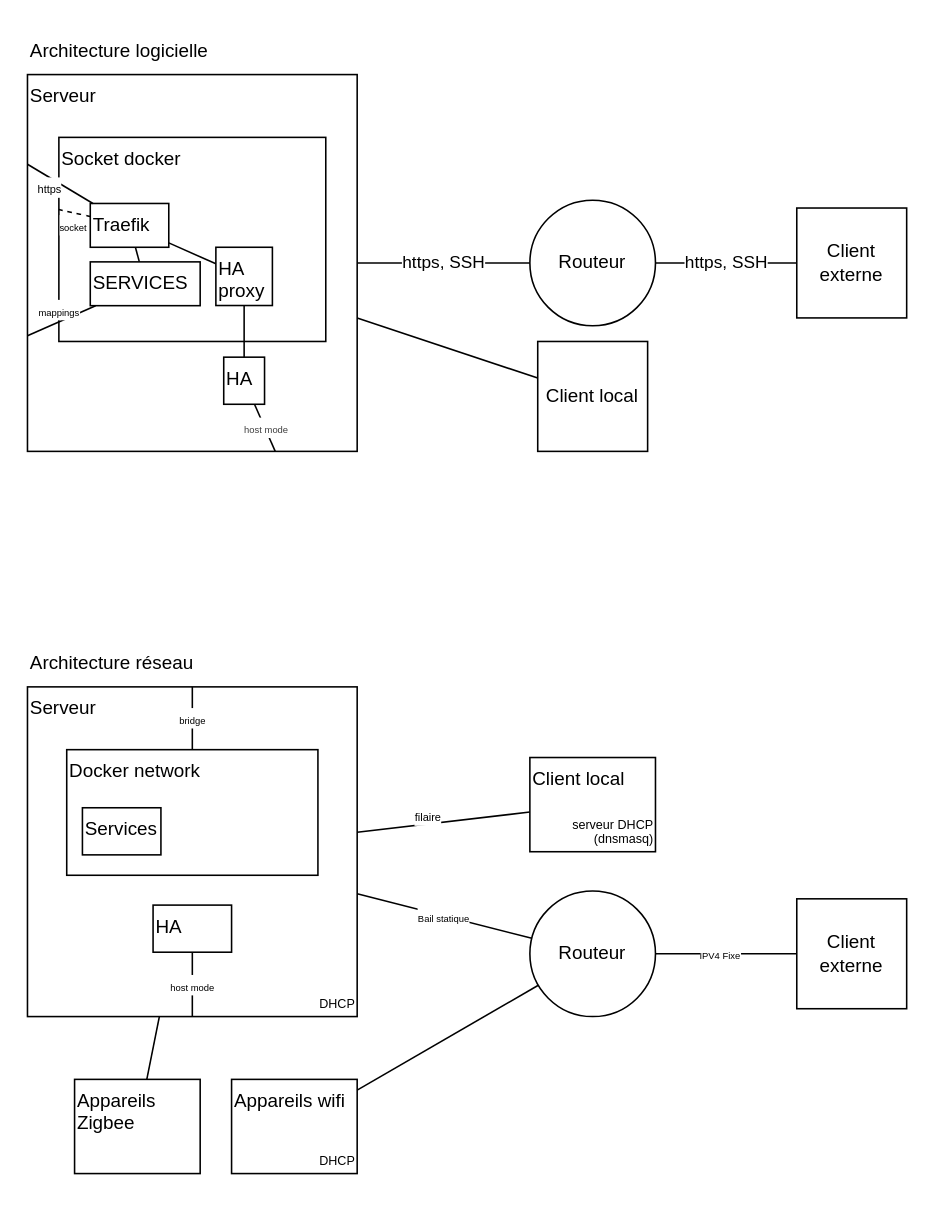
This is docs/architecture.drawio from Nicolas-Delahaie/personal-server, a draw.io file, before an edit. Source tidied: cells renumbered, new cells numbered last; positions are measured from the earlier drawing's top-left corner, leaving out a move shared by most shapes. Both pictures are drawn from the tidied source at 157%, with x=0, y=0 at pixel (27, 27).
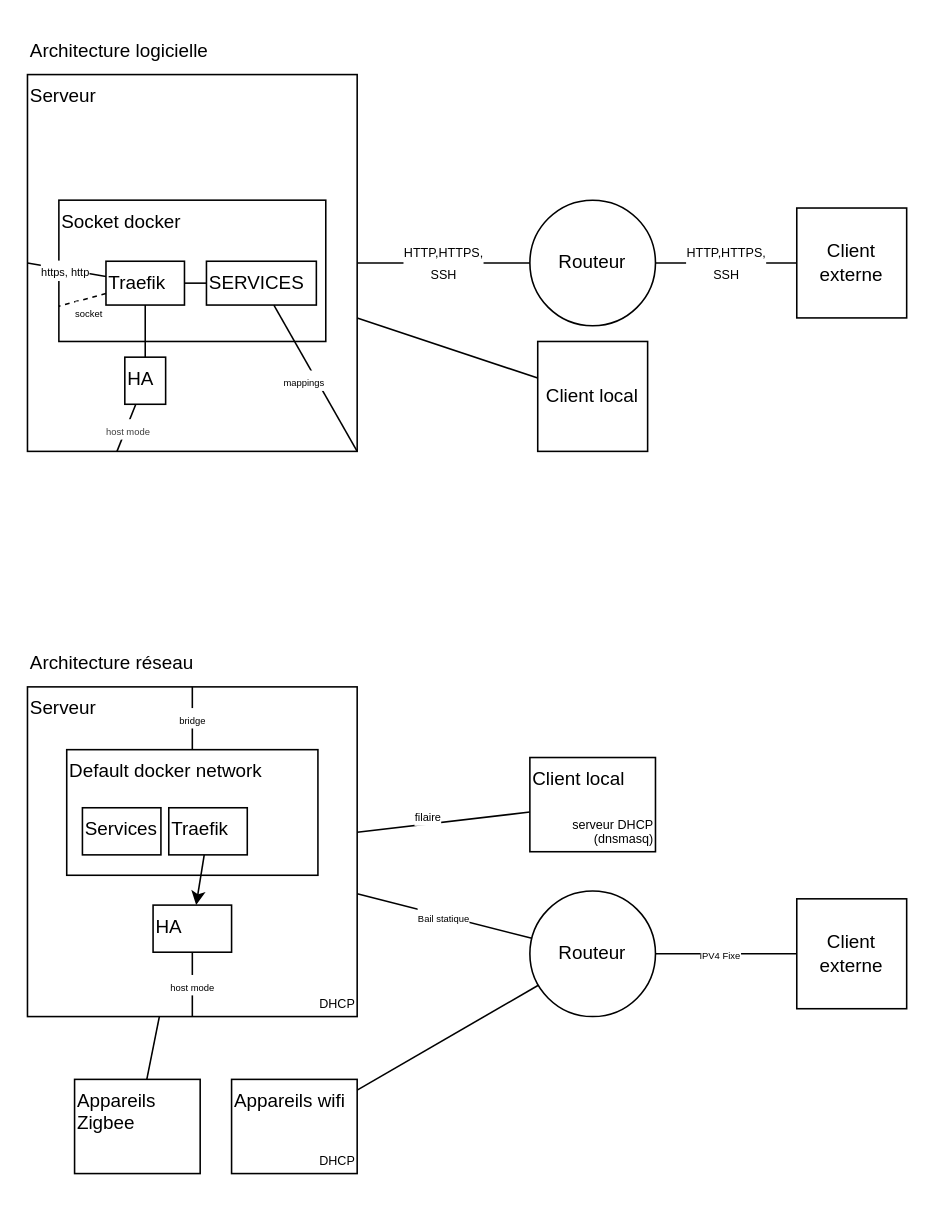
After the change.

Commit message:
Modification architecture

The change refers to these unchanged cells:
```xml
<mxCell id="5" value="Serveur" style="rounded=0;whiteSpace=wrap;html=1;verticalAlign=top;align=left;" parent="1" vertex="1">
  <mxGeometry y="30" width="210" height="240" as="geometry" />
</mxCell>
<mxCell id="13" value="Client externe" style="rounded=0;whiteSpace=wrap;html=1;" parent="1" vertex="1">
  <mxGeometry x="490" y="115" width="70" height="70" as="geometry" />
</mxCell>
<mxCell id="29" value="Routeur" style="ellipse;whiteSpace=wrap;html=1;" parent="1" vertex="1">
  <mxGeometry x="320" y="110" width="80" height="80" as="geometry" />
</mxCell>
<mxCell id="31" style="group;sketch=1;curveFitting=1;jiggle=2;" parent="1" vertex="1">
  <mxGeometry x="20" y="70" width="170" height="130" as="geometry" />
</mxCell>
<mxCell id="46" value="HA" style="rounded=0;whiteSpace=wrap;html=1;verticalAlign=top;align=left;" parent="1" vertex="1">
  <mxGeometry x="80" y="559" width="50" height="30" as="geometry" />
</mxCell>
<mxCell id="47" style="group;" parent="1" vertex="1">
  <mxGeometry x="25" y="460" width="160" height="80" as="geometry" />
</mxCell>
```

The edit, as a diff of the source:
```diff
@@
-    <mxCell id="2" value="&lt;span style=&quot;color: rgb(0, 0, 0);&quot;&gt;https, SSH&lt;/span&gt;" style="edgeStyle=none;html=1;endArrow=none;endFill=0;" parent="1" edge="1" source="29" target="13">
-      <mxGeometry relative="1" as="geometry" />
+    <mxCell id="2" value="&lt;span style=&quot;color: rgb(0, 0, 0);&quot;&gt;&lt;font style=&quot;font-size: 8px;&quot;&gt;HTTP,HTTPS,&lt;/font&gt;&lt;/span&gt;&lt;div&gt;&lt;span style=&quot;color: rgb(0, 0, 0);&quot;&gt;&lt;font style=&quot;font-size: 8px;&quot;&gt;SSH&lt;/font&gt;&lt;/span&gt;&lt;/div&gt;" style="edgeStyle=none;html=1;endArrow=none;endFill=0;" parent="1" edge="1" source="29" target="13">
+      <mxGeometry x="0.01" relative="1" as="geometry" />
     </mxCell>
-    <mxCell id="3" value="https, SSH" style="endArrow=none;html=1;exitX=1;exitY=0.5;exitDx=0;exitDy=0;elbow=vertical;" parent="1" edge="1" source="5" target="29">
+    <mxCell id="3" value="&lt;font style=&quot;font-size: 8px;&quot;&gt;HTTP,HTTPS,&lt;/font&gt;&lt;div&gt;&lt;font style=&quot;font-size: 8px;&quot;&gt;SSH&lt;/font&gt;&lt;/div&gt;" style="endArrow=none;html=1;exitX=1;exitY=0.5;exitDx=0;exitDy=0;elbow=vertical;" parent="1" edge="1" source="5" target="29">
       <mxGeometry relative="1" as="geometry" />
     </mxCell>
@@
     <mxCell id="32" value="Socket docker" style="rounded=0;whiteSpace=wrap;html=1;align=left;verticalAlign=top;fillColor=none;" parent="31" vertex="1">
-      <mxGeometry width="170" height="130" as="geometry" />
+      <mxGeometry y="40" width="170" height="90" as="geometry" />
     </mxCell>
@@
     <mxCell id="34" value="SERVICES" style="rounded=0;whiteSpace=wrap;html=1;verticalAlign=top;align=left;" parent="31" vertex="1">
-      <mxGeometry x="20" y="79.3" width="70" height="27.9" as="geometry" />
+      <mxGeometry x="94" y="78.9" width="70" height="27.9" as="geometry" />
     </mxCell>
-    <mxCell id="35" value="&lt;font style=&quot;font-size: 6px;&quot;&gt;socket&lt;/font&gt;" style="edgeStyle=none;html=1;endArrow=none;endFill=0;dashed=1;" parent="31" edge="1" source="36" target="32">
+    <mxCell id="35" value="&lt;font style=&quot;font-size: 6px;&quot;&gt;socket&lt;/font&gt;" style="html=1;endArrow=none;endFill=0;dashed=1;entryX=0;entryY=0.75;entryDx=0;entryDy=0;" parent="31" edge="1" source="36" target="32">
       <mxGeometry x="-0.17" y="8" relative="1" as="geometry" />
     </mxCell>
     <mxCell id="36" value="Traefik" style="rounded=0;whiteSpace=wrap;html=1;verticalAlign=top;align=left;" parent="31" vertex="1">
-      <mxGeometry x="20" y="42.1" width="50" height="27.9" as="geometry" />
+      <mxGeometry x="30" y="78.9" width="50" height="27.9" as="geometry" />
     </mxCell>
-    <mxCell id="37" style="edgeStyle=none;html=1;endArrow=none;endFill=0;" parent="31" edge="1" source="38" target="36">
-      <mxGeometry relative="1" as="geometry" />
-    </mxCell>
-    <mxCell id="38" value="HA proxy" style="rounded=0;whiteSpace=wrap;html=1;verticalAlign=top;align=left;" parent="31" vertex="1">
-      <mxGeometry x="100" y="70" width="36" height="37.1" as="geometry" />
-    </mxCell>
@@
-    <mxCell id="41" value="&lt;font style=&quot;font-size: 7px;&quot;&gt;https&lt;/font&gt;" style="edgeStyle=none;html=1;endArrow=none;endFill=0;" parent="1" edge="1" source="36" target="5">
-      <mxGeometry x="0.18" y="6" relative="1" as="geometry" />
+    <mxCell id="41" value="&lt;font style=&quot;font-size: 7px;&quot;&gt;https, http&lt;/font&gt;" style="edgeStyle=none;html=1;endArrow=none;endFill=0;entryX=0;entryY=0.5;entryDx=0;entryDy=0;" parent="1" edge="1" source="36" target="5">
+      <mxGeometry x="0.02" y="1" relative="1" as="geometry" />
     </mxCell>
     <mxCell id="42" value="HA" style="rounded=0;whiteSpace=wrap;html=1;verticalAlign=top;align=left;" parent="1" vertex="1">
-      <mxGeometry x="125" y="210" width="26" height="30" as="geometry" />
+      <mxGeometry x="62" y="210" width="26" height="30" as="geometry" />
     </mxCell>
-    <mxCell id="43" style="edgeStyle=none;html=1;endArrow=none;endFill=0;" parent="1" edge="1" source="42" target="38">
+    <mxCell id="43" style="edgeStyle=none;html=1;endArrow=none;endFill=0;" parent="1" edge="1" source="42" target="36">
       <mxGeometry relative="1" as="geometry" />
     </mxCell>
-    <mxCell id="44" value="&lt;font style=&quot;font-size: 6px;&quot;&gt;mappings&lt;/font&gt;" style="edgeStyle=none;html=1;endArrow=none;endFill=0;" parent="1" edge="1" source="34" target="5">
+    <mxCell id="44" value="&lt;font style=&quot;font-size: 6px;&quot;&gt;mappings&lt;/font&gt;" style="edgeStyle=none;html=1;endArrow=none;endFill=0;entryX=1;entryY=1;entryDx=0;entryDy=0;" parent="1" edge="1" source="34" target="5">
       <mxGeometry x="-0.05" y="-7" relative="1" as="geometry" />
     </mxCell>
@@
-    <mxCell id="48" value="Docker network" style="rounded=0;whiteSpace=wrap;html=1;align=left;verticalAlign=top;fillColor=none;" parent="47" vertex="1">
+    <mxCell id="48" value="Default docker network" style="rounded=0;whiteSpace=wrap;html=1;align=left;verticalAlign=top;fillColor=none;" parent="47" vertex="1">
       <mxGeometry width="160" height="80" as="geometry" />
     </mxCell>
@@
+    <mxCell id="52" value="Traefik" style="rounded=0;whiteSpace=wrap;html=1;verticalAlign=top;align=left;" parent="47" vertex="1">
+      <mxGeometry x="65" y="37" width="50" height="30" as="geometry" />
+    </mxCell>
@@
+    <mxCell id="53" style="edgeStyle=none;html=1;" parent="1" edge="1" source="52" target="46">
+      <mxGeometry relative="1" as="geometry" />
+    </mxCell>
```
